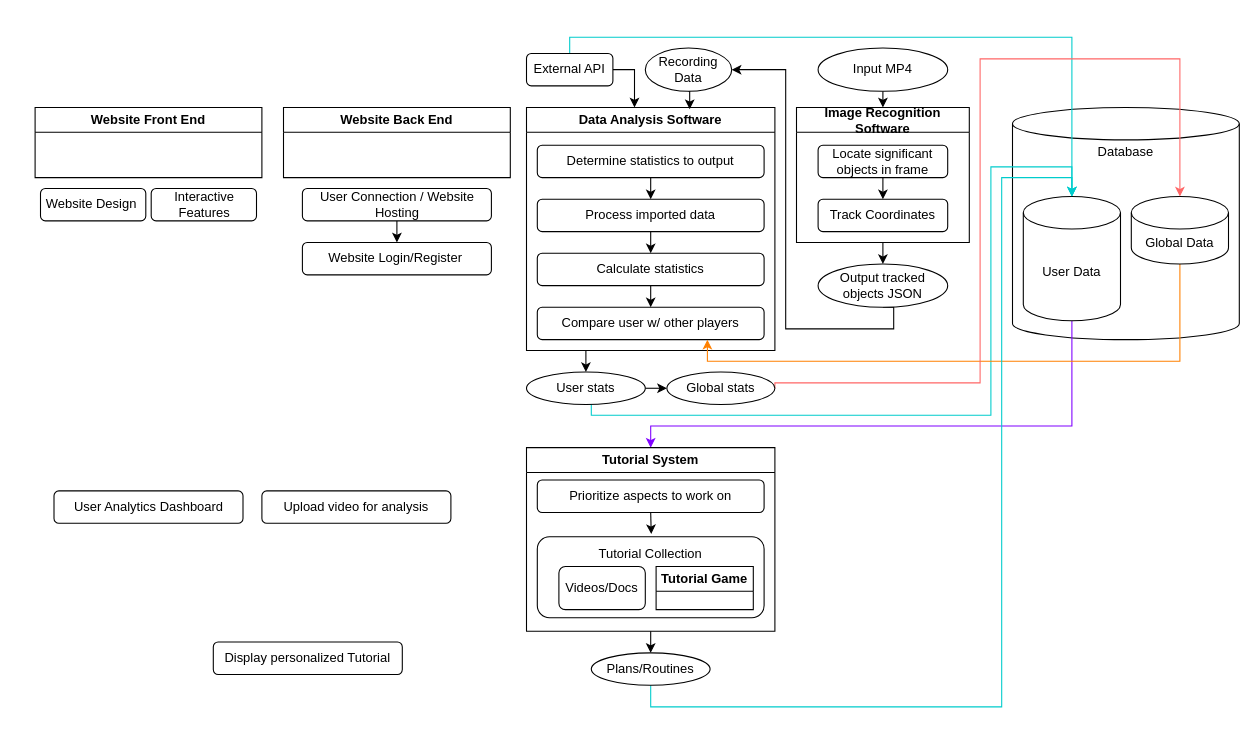
aggie-coding-club/Virtual-eSports-Coach keeps this draw.io diagram as Project Structure.drawio. Above is the earlier version. Source tidied: cells renumbered, new cells numbered last; positions are measured from the earlier drawing's top-left corner, leaving out a move shared by most shapes. Both pictures are drawn from the tidied source at 108%, with x=0, y=0 at pixel (35, 37).
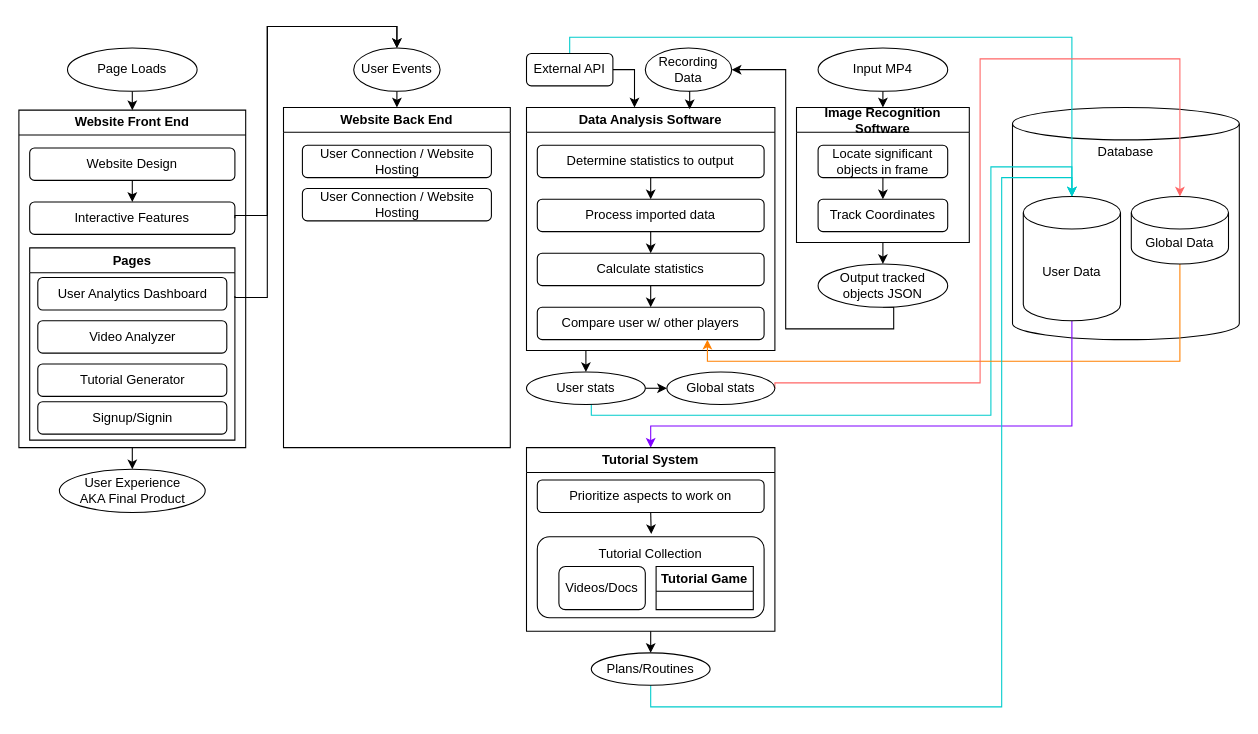
The same page after the edit.

The edit, as a diff of the source:
```diff
@@
     <mxCell id="2" value="Website Back End" style="swimlane;whiteSpace=wrap;html=1;startSize=23;" parent="1" vertex="1">
-      <mxGeometry x="230" y="65" width="210" height="65" as="geometry" />
+      <mxGeometry x="230" y="65" width="210" height="315" as="geometry" />
     </mxCell>
+    <mxCell id="5" value="User Connection / Website Hosting" style="rounded=1;whiteSpace=wrap;html=1;" parent="2" vertex="1">
+      <mxGeometry x="17.5" y="35" width="175" height="30" as="geometry" />
+    </mxCell>
+    <mxCell id="54" style="edgeStyle=orthogonalEdgeStyle;rounded=0;orthogonalLoop=1;jettySize=auto;html=1;exitX=0.75;exitY=1;exitDx=0;exitDy=0;strokeColor=#000000;entryX=0.75;entryY=1;entryDx=0;entryDy=0;" parent="2" edge="1" source="5" target="5">
+      <mxGeometry relative="1" as="geometry" />
+    </mxCell>
+    <mxCell id="55" value="User Connection / Website Hosting" style="rounded=1;whiteSpace=wrap;html=1;" parent="2" vertex="1">
+      <mxGeometry x="17.5" y="75" width="175" height="30" as="geometry" />
+    </mxCell>
@@
-    <mxCell id="4" style="edgeStyle=orthogonalEdgeStyle;rounded=0;jettySize=auto;html=1;exitX=0.5;exitY=1;exitDx=0;exitDy=0;entryX=0.5;entryY=0;entryDx=0;entryDy=0;" parent="1" edge="1" source="5" target="6">
-      <mxGeometry relative="1" as="geometry" />
-    </mxCell>
-    <mxCell id="5" value="User Connection / Website Hosting" style="rounded=1;whiteSpace=wrap;html=1;" parent="1" vertex="1">
-      <mxGeometry x="247.5" y="140" width="175" height="30" as="geometry" />
-    </mxCell>
-    <mxCell id="6" value="Website Login/Register&amp;nbsp;" style="rounded=1;whiteSpace=wrap;html=1;" parent="1" vertex="1">
-      <mxGeometry x="247.5" y="190" width="175" height="30" as="geometry" />
-    </mxCell>
-    <mxCell id="7" value="User Analytics Dashboard" style="rounded=1;whiteSpace=wrap;html=1;" parent="1" vertex="1">
-      <mxGeometry x="17.5" y="420" width="175" height="30" as="geometry" />
-    </mxCell>
-    <mxCell id="8" value="Upload video for analysis" style="rounded=1;whiteSpace=wrap;html=1;" parent="1" vertex="1">
-      <mxGeometry x="210" y="420" width="175" height="30" as="geometry" />
-    </mxCell>
-    <mxCell id="9" value="Display personalized Tutorial" style="rounded=1;whiteSpace=wrap;html=1;" parent="1" vertex="1">
-      <mxGeometry x="165" y="560" width="175" height="30" as="geometry" />
-    </mxCell>
-    <mxCell id="10" value="Website Design&amp;nbsp;" style="rounded=1;whiteSpace=wrap;html=1;" parent="1" vertex="1">
-      <mxGeometry x="5" y="140" width="97.5" height="30" as="geometry" />
-    </mxCell>
@@
+    <mxCell id="56" style="edgeStyle=orthogonalEdgeStyle;rounded=0;jettySize=auto;html=1;exitX=0.5;exitY=1;exitDx=0;exitDy=0;entryX=0.5;entryY=0;entryDx=0;entryDy=0;strokeColor=#000000;" parent="1" edge="1" source="25" target="65">
+      <mxGeometry relative="1" as="geometry" />
+    </mxCell>
     <mxCell id="25" value="Website Front End" style="swimlane;whiteSpace=wrap;html=1;startSize=23;" parent="1" vertex="1">
-      <mxGeometry y="65" width="210" height="65" as="geometry" />
+      <mxGeometry x="-15" y="67.5" width="210" height="312.5" as="geometry" />
     </mxCell>
+    <mxCell id="57" style="edgeStyle=orthogonalEdgeStyle;rounded=0;jettySize=auto;html=1;exitX=0.5;exitY=1;exitDx=0;exitDy=0;entryX=0.5;entryY=0;entryDx=0;entryDy=0;strokeColor=#000000;" parent="25" edge="1" source="10" target="26">
+      <mxGeometry relative="1" as="geometry" />
+    </mxCell>
+    <mxCell id="10" value="Website Design" style="rounded=1;whiteSpace=wrap;html=1;" parent="25" vertex="1">
+      <mxGeometry x="10" y="35" width="190" height="30" as="geometry" />
+    </mxCell>
-    <mxCell id="26" value="Interactive Features" style="rounded=1;whiteSpace=wrap;html=1;" parent="1" vertex="1">
-      <mxGeometry x="107.5" y="140" width="97.5" height="30" as="geometry" />
+    <mxCell id="26" value="Interactive Features" style="rounded=1;whiteSpace=wrap;html=1;" parent="25" vertex="1">
+      <mxGeometry x="10" y="85" width="190" height="30" as="geometry" />
     </mxCell>
+    <mxCell id="58" value="Pages" style="swimlane;whiteSpace=wrap;html=1;" parent="25" vertex="1">
+      <mxGeometry x="10" y="127.5" width="190" height="178" as="geometry" />
+    </mxCell>
+    <mxCell id="7" value="User Analytics Dashboard" style="rounded=1;whiteSpace=wrap;html=1;" parent="58" vertex="1">
+      <mxGeometry x="7.5" y="27.5" width="175" height="30" as="geometry" />
+    </mxCell>
+    <mxCell id="8" value="Video Analyzer" style="rounded=1;whiteSpace=wrap;html=1;" parent="58" vertex="1">
+      <mxGeometry x="7.5" y="67.5" width="175" height="30" as="geometry" />
+    </mxCell>
+    <mxCell id="9" value="Tutorial Generator" style="rounded=1;whiteSpace=wrap;html=1;" parent="58" vertex="1">
+      <mxGeometry x="7.5" y="107.5" width="175" height="30" as="geometry" />
+    </mxCell>
+    <mxCell id="59" value="Signup/Signin" style="rounded=1;whiteSpace=wrap;html=1;" parent="58" vertex="1">
+      <mxGeometry x="7.5" y="142.5" width="175" height="30" as="geometry" />
+    </mxCell>
@@
+    <mxCell id="60" style="edgeStyle=orthogonalEdgeStyle;rounded=0;jettySize=auto;html=1;exitX=0.5;exitY=1;exitDx=0;exitDy=0;entryX=0.5;entryY=0;entryDx=0;entryDy=0;strokeColor=#000000;" parent="1" edge="1" source="61" target="2">
+      <mxGeometry relative="1" as="geometry" />
+    </mxCell>
+    <mxCell id="61" value="User Events" style="ellipse;whiteSpace=wrap;html=1;" parent="1" vertex="1">
+      <mxGeometry x="295" y="10" width="80" height="40" as="geometry" />
+    </mxCell>
+    <mxCell id="62" style="edgeStyle=orthogonalEdgeStyle;rounded=0;jettySize=auto;html=1;exitX=0.5;exitY=1;exitDx=0;exitDy=0;entryX=0.5;entryY=0;entryDx=0;entryDy=0;strokeColor=#000000;" parent="1" edge="1" source="63" target="25">
+      <mxGeometry relative="1" as="geometry" />
+    </mxCell>
+    <mxCell id="63" value="Page Loads" style="ellipse;whiteSpace=wrap;html=1;" parent="1" vertex="1">
+      <mxGeometry x="30" y="10" width="120" height="40" as="geometry" />
+    </mxCell>
+    <mxCell id="64" style="edgeStyle=orthogonalEdgeStyle;rounded=0;jettySize=auto;html=1;exitX=1;exitY=0.5;exitDx=0;exitDy=0;entryX=0.5;entryY=0;entryDx=0;entryDy=0;strokeColor=#000000;" parent="1" edge="1" source="26" target="61">
+      <mxGeometry relative="1" as="geometry">
+        <Array as="points">
+          <mxPoint x="215" y="165" />
+          <mxPoint x="215" y="-10" />
+          <mxPoint x="335" y="-10" />
+        </Array>
+      </mxGeometry>
+    </mxCell>
+    <mxCell id="65" value="User Experience&lt;br&gt;AKA Final Product" style="ellipse;whiteSpace=wrap;html=1;labelBackgroundColor=none;" parent="1" vertex="1">
+      <mxGeometry x="22.5" y="400" width="135" height="40" as="geometry" />
+    </mxCell>
+    <mxCell id="66" style="edgeStyle=orthogonalEdgeStyle;rounded=0;jettySize=auto;html=1;exitX=1;exitY=0.25;exitDx=0;exitDy=0;entryX=0.5;entryY=0;entryDx=0;entryDy=0;strokeColor=#000000;" parent="1" edge="1" source="58" target="61">
+      <mxGeometry relative="1" as="geometry">
+        <Array as="points">
+          <mxPoint x="215" y="241" />
+          <mxPoint x="215" y="-10" />
+          <mxPoint x="335" y="-10" />
+        </Array>
+      </mxGeometry>
+    </mxCell>
```
